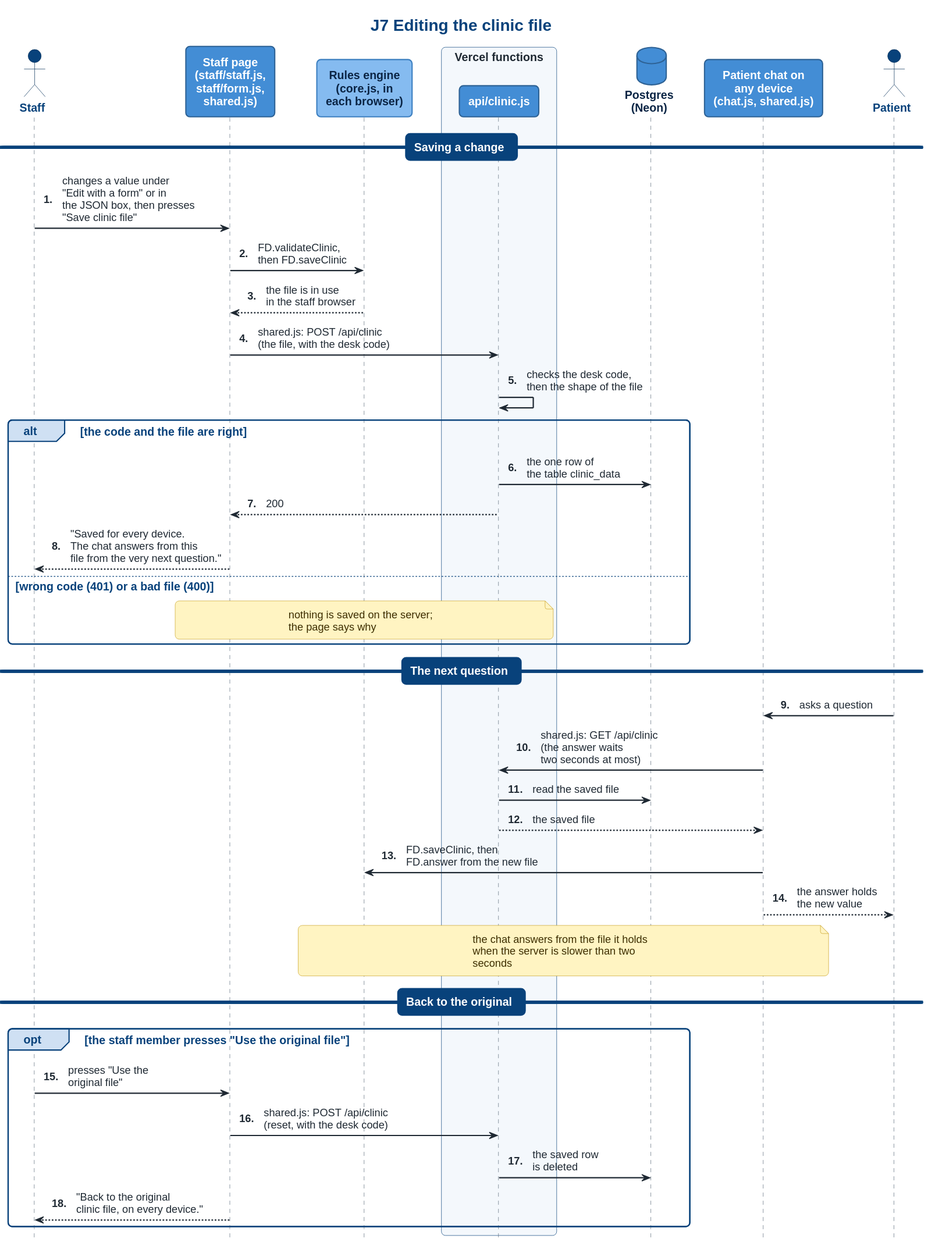
The PlantUML diagram docs/diagrams/j7-clinic-file-edit.svg in karwasanjay007/frontdesk-ai-docs, before a commit.
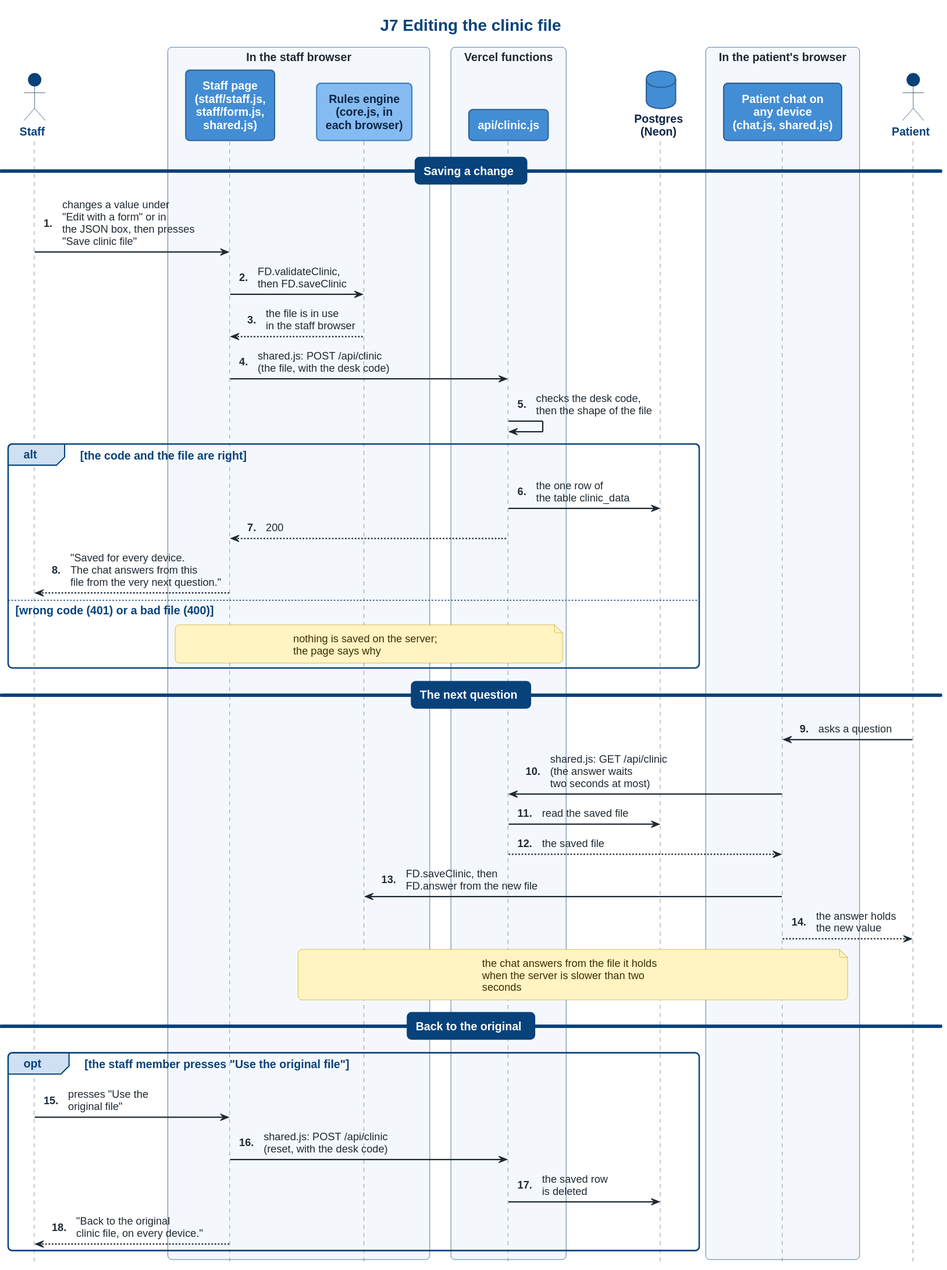
Above is the later version.

Commit message:
J3 and J7: the staff page and the patient chat in their browser boxes, as in every other journey

Diff of the diagram source:
```diff
@@ -2,13 +2,17 @@
 !include c4-sequence.iuml
 title J7 Editing the clinic file
 actor "Staff" as Staff <<person>>
+box "In the staff browser"
 participant "Staff page\n(staff/staff.js,\nstaff/form.js,\nshared.js)" as SP <<container>>
 participant "Rules engine\n(core.js, in\neach browser)" as Core <<component>>
+end box
 box "Vercel functions"
 participant "api/clinic.js" as Clinic <<container>>
 end box
 database "Postgres\n(Neon)" as Store <<store>>
+box "In the patient's browser"
 participant "Patient chat on\nany device\n(chat.js, shared.js)" as Chat <<container>>
+end box
 actor "Patient" as Patient <<person>>
 
 == Saving a change ==
```
